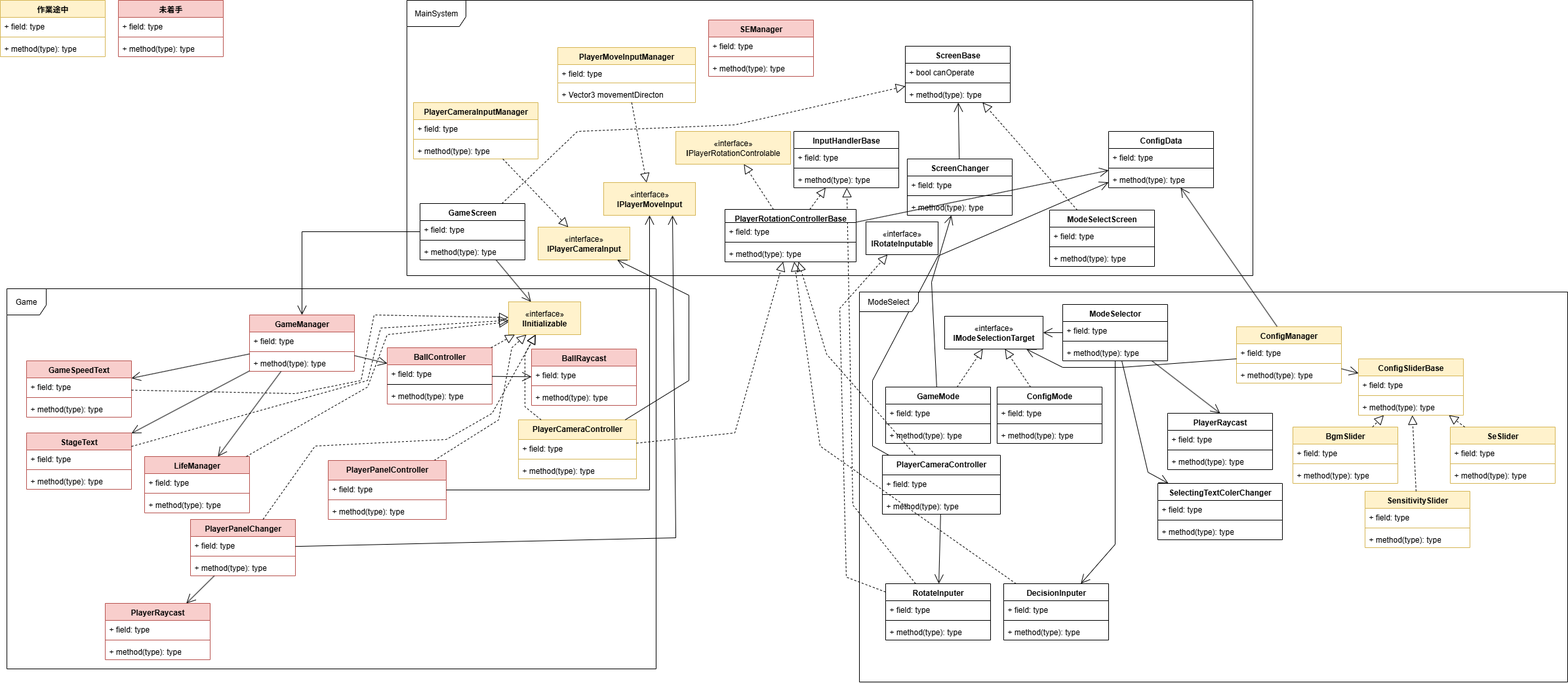
This is BreakOut.drawio.png from UzukiAlto/3DBreakout, a draw.io export, as it was before one commit. Source tidied: cells renumbered, new cells last; positions are measured from the earlier drawing's top-left corner, leaving out a move shared by most shapes.
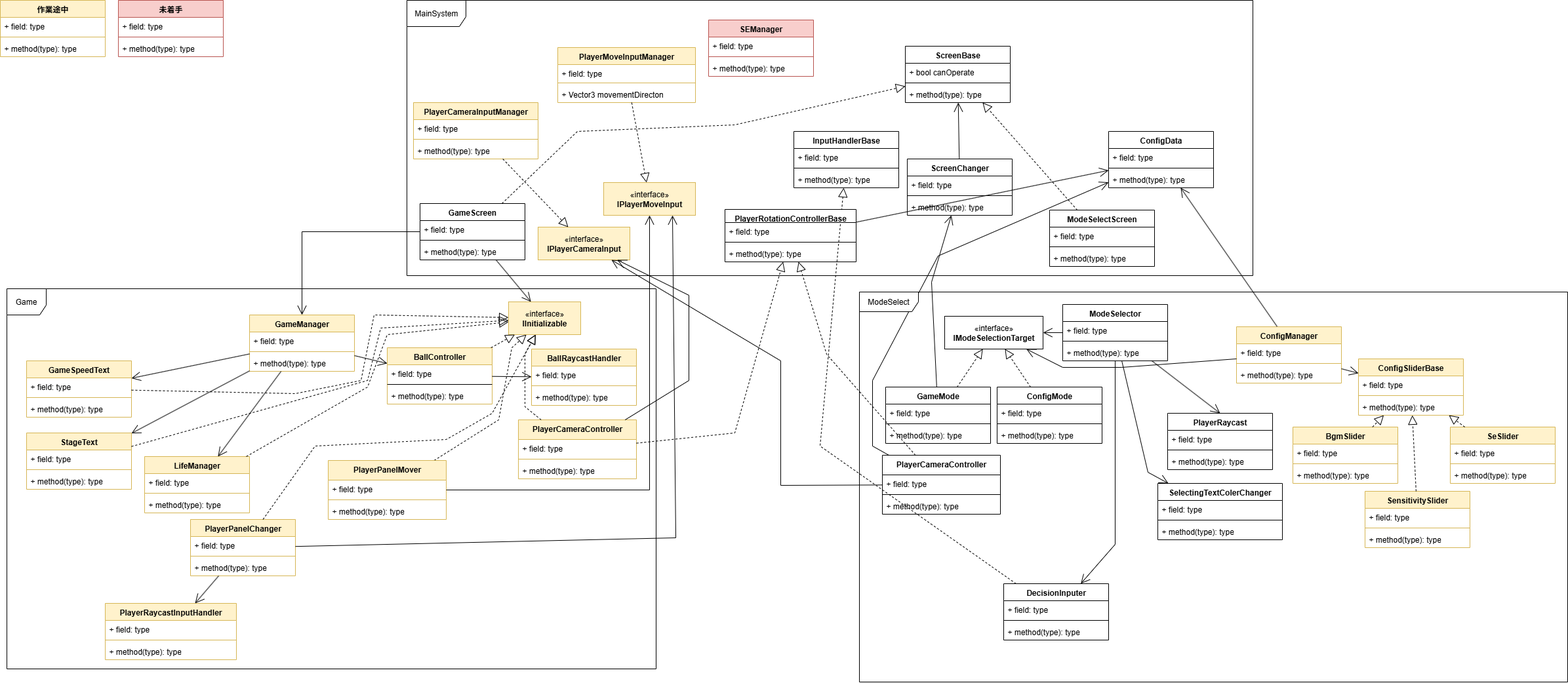
The same diagram one commit later.

The edit, as a diff of the source:
```diff
@@ -34,9 +34,6 @@
     <mxCell id="8" value="ModeSelect" style="shape=umlFrame;whiteSpace=wrap;html=1;width=90;height=30;" parent="1" vertex="1">
       <mxGeometry x="1310" y="445" width="1080" height="595" as="geometry" />
     </mxCell>
-    <mxCell id="9" value="«interface»&lt;br&gt;&lt;b&gt;I&lt;/b&gt;PlayerRotationControlable" style="html=1;whiteSpace=wrap;fillColor=#fff2cc;strokeColor=#d6b656;" parent="1" vertex="1">
-      <mxGeometry x="1030" y="200" width="175" height="50" as="geometry" />
-    </mxCell>
     <mxCell id="10" value="SelectingTextColerChanger&lt;div&gt;&lt;br&gt;&lt;/div&gt;" style="swimlane;fontStyle=1;align=center;verticalAlign=top;horizontal=1;startSize=26;whiteSpace=wrap;html=1;" parent="1" vertex="1">
       <mxGeometry x="1765" y="737" width="190" height="86" as="geometry" />
     </mxCell>
@@ -56,9 +53,6 @@
         </Array>
       </mxGeometry>
     </mxCell>
-    <mxCell id="15" style="endArrow=block;dashed=1;endFill=0;endSize=12;html=1;rounded=0;" parent="1" edge="1" source="193" target="9">
-      <mxGeometry relative="1" as="geometry" />
-    </mxCell>
     <mxCell id="16" value="InputHandlerBase" style="swimlane;fontStyle=1;align=center;verticalAlign=top;horizontal=1;startSize=26;whiteSpace=wrap;html=1;" parent="1" vertex="1">
       <mxGeometry x="1210" y="200" width="160" height="86" as="geometry" />
     </mxCell>
@@ -107,28 +101,6 @@
     <mxCell id="31" value="+ method(type): type" style="text;strokeColor=none;fillColor=none;align=left;verticalAlign=top;spacingLeft=4;spacingRight=4;overflow=hidden;whiteSpace=wrap;html=1;" parent="28" vertex="1">
       <mxGeometry y="60" width="160" height="26" as="geometry" />
     </mxCell>
-    <mxCell id="32" value="RotateInputer" style="swimlane;fontStyle=1;align=center;verticalAlign=top;horizontal=1;startSize=26;whiteSpace=wrap;html=1;" parent="1" vertex="1">
-      <mxGeometry x="1350" y="890" width="160" height="86" as="geometry" />
-    </mxCell>
-    <mxCell id="33" value="+ field: type" style="text;strokeColor=none;fillColor=none;align=left;verticalAlign=top;spacingLeft=4;spacingRight=4;overflow=hidden;whiteSpace=wrap;html=1;" parent="32" vertex="1">
-      <mxGeometry y="26" width="160" height="26" as="geometry" />
-    </mxCell>
-    <mxCell id="34" style="line;strokeWidth=1;fillColor=none;align=left;verticalAlign=middle;spacingTop=-1;spacingLeft=3;spacingRight=3;labelPosition=right;strokeColor=inherit;" parent="32" vertex="1">
-      <mxGeometry y="52" width="160" height="8" as="geometry" />
-    </mxCell>
-    <mxCell id="35" value="+ method(type): type" style="text;strokeColor=none;fillColor=none;align=left;verticalAlign=top;spacingLeft=4;spacingRight=4;overflow=hidden;whiteSpace=wrap;html=1;" parent="32" vertex="1">
-      <mxGeometry y="60" width="160" height="26" as="geometry" />
-    </mxCell>
-    <mxCell id="36" style="endArrow=block;dashed=1;endFill=0;endSize=12;html=1;rounded=0;" parent="1" edge="1" source="32" target="16">
-      <mxGeometry relative="1" as="geometry">
-        <Array as="points">
-          <mxPoint x="1300" y="770" />
-        </Array>
-      </mxGeometry>
-    </mxCell>
-    <mxCell id="37" style="endArrow=open;endFill=1;endSize=12;html=1;rounded=0;" parent="1" edge="1" source="4" target="32">
-      <mxGeometry relative="1" as="geometry" />
-    </mxCell>
     <mxCell id="38" value="PlayerRaycast" style="swimlane;fontStyle=1;align=center;verticalAlign=top;horizontal=1;startSize=26;whiteSpace=wrap;html=1;" parent="1" vertex="1">
       <mxGeometry x="1780" y="630" width="160" height="86" as="geometry" />
     </mxCell>
@@ -156,9 +128,6 @@
     <mxCell id="46" value="+ method(type): type" style="text;strokeColor=none;fillColor=none;align=left;verticalAlign=top;spacingLeft=4;spacingRight=4;overflow=hidden;whiteSpace=wrap;html=1;" parent="43" vertex="1">
       <mxGeometry y="60" width="160" height="26" as="geometry" />
     </mxCell>
-    <mxCell id="47" style="endArrow=block;dashed=1;endFill=0;endSize=12;html=1;rounded=0;" parent="1" edge="1" source="193" target="16">
-      <mxGeometry relative="1" as="geometry" />
-    </mxCell>
     <mxCell id="48" style="endArrow=open;endFill=1;endSize=12;html=1;rounded=0;" parent="1" edge="1" source="28" target="43">
       <mxGeometry relative="1" as="geometry">
         <Array as="points">
@@ -176,7 +145,7 @@
     <mxCell id="50" value="Game" style="shape=umlFrame;whiteSpace=wrap;html=1;width=60;height=40;" parent="1" vertex="1">
       <mxGeometry x="10" y="440" width="990" height="580" as="geometry" />
     </mxCell>
-    <mxCell id="51" value="LifeManager" style="swimlane;fontStyle=1;align=center;verticalAlign=top;horizontal=1;startSize=26;whiteSpace=wrap;html=1;fillColor=#f8cecc;strokeColor=#b85450;" parent="1" vertex="1">
+    <mxCell id="51" value="LifeManager" style="swimlane;fontStyle=1;align=center;verticalAlign=top;horizontal=1;startSize=26;whiteSpace=wrap;html=1;fillColor=#fff2cc;strokeColor=#d6b656;" parent="1" vertex="1">
       <mxGeometry x="220" y="696" width="160" height="86" as="geometry" />
     </mxCell>
     <mxCell id="52" value="+ field: type" style="text;strokeColor=none;fillColor=none;align=left;verticalAlign=top;spacingLeft=4;spacingRight=4;overflow=hidden;whiteSpace=wrap;html=1;" parent="51" vertex="1">
@@ -219,7 +188,7 @@
     <mxCell id="63" value="+ method(type): type" style="text;strokeColor=none;fillColor=none;align=left;verticalAlign=top;spacingLeft=4;spacingRight=4;overflow=hidden;whiteSpace=wrap;html=1;" parent="60" vertex="1">
       <mxGeometry y="60" width="190" height="26" as="geometry" />
     </mxCell>
-    <mxCell id="64" value="BallController" style="swimlane;align=center;verticalAlign=top;horizontal=1;startSize=26;whiteSpace=wrap;html=1;strokeColor=#b85450;fillColor=#f8cecc;" parent="1" vertex="1">
+    <mxCell id="64" value="BallController" style="swimlane;align=center;verticalAlign=top;horizontal=1;startSize=26;whiteSpace=wrap;html=1;strokeColor=#d6b656;fillColor=#fff2cc;" parent="1" vertex="1">
       <mxGeometry x="590" y="530" width="160" height="86" as="geometry" />
     </mxCell>
     <mxCell id="65" value="+ field: type" style="text;strokeColor=none;fillColor=none;align=left;verticalAlign=top;spacingLeft=4;spacingRight=4;overflow=hidden;whiteSpace=wrap;html=1;fontFamily=Helvetica;fontSize=12;fontColor=default;fontStyle=0;horizontal=1;" parent="64" vertex="1">
@@ -231,7 +200,7 @@
     <mxCell id="67" value="+ method(type): type" style="text;strokeColor=none;fillColor=none;align=left;verticalAlign=top;spacingLeft=4;spacingRight=4;overflow=hidden;whiteSpace=wrap;html=1;fontFamily=Helvetica;fontSize=12;fontColor=default;fontStyle=0;horizontal=1;" parent="64" vertex="1">
       <mxGeometry y="60" width="160" height="26" as="geometry" />
     </mxCell>
-    <mxCell id="68" value="BallRaycast" style="swimlane;fontStyle=1;align=center;verticalAlign=top;horizontal=1;startSize=26;whiteSpace=wrap;html=1;fillColor=#f8cecc;strokeColor=#b85450;" parent="1" vertex="1">
+    <mxCell id="68" value="BallRaycastHandler" style="swimlane;fontStyle=1;align=center;verticalAlign=top;horizontal=1;startSize=26;whiteSpace=wrap;html=1;fillColor=#fff2cc;strokeColor=#d6b656;" parent="1" vertex="1">
       <mxGeometry x="810" y="532" width="160" height="86" as="geometry" />
     </mxCell>
     <mxCell id="69" value="+ field: type" style="text;strokeColor=none;fillColor=none;align=left;verticalAlign=top;spacingLeft=4;spacingRight=4;overflow=hidden;whiteSpace=wrap;html=1;" parent="68" vertex="1">
@@ -246,7 +215,7 @@
     <mxCell id="72" style="endArrow=open;endFill=1;endSize=12;html=1;rounded=0;" parent="1" edge="1" source="64" target="68">
       <mxGeometry relative="1" as="geometry" />
     </mxCell>
-    <mxCell id="73" value="GameManager" style="swimlane;fontStyle=1;align=center;verticalAlign=top;horizontal=1;startSize=26;whiteSpace=wrap;html=1;fillColor=#f8cecc;strokeColor=#b85450;" parent="1" vertex="1">
+    <mxCell id="73" value="GameManager" style="swimlane;fontStyle=1;align=center;verticalAlign=top;horizontal=1;startSize=26;whiteSpace=wrap;html=1;fillColor=#fff2cc;strokeColor=#d6b656;" parent="1" vertex="1">
       <mxGeometry x="380" y="480" width="160" height="86" as="geometry" />
     </mxCell>
     <mxCell id="74" value="+ field: type" style="text;strokeColor=none;fillColor=none;align=left;verticalAlign=top;spacingLeft=4;spacingRight=4;overflow=hidden;whiteSpace=wrap;html=1;" parent="73" vertex="1">
@@ -297,7 +266,7 @@
     <mxCell id="86" style="endArrow=open;endFill=1;endSize=12;html=1;rounded=0;" parent="1" edge="1" source="77" target="83">
       <mxGeometry relative="1" as="geometry" />
     </mxCell>
-    <mxCell id="87" value="GameSpeedText" style="swimlane;fontStyle=1;align=center;verticalAlign=top;horizontal=1;startSize=26;whiteSpace=wrap;html=1;fillColor=#f8cecc;strokeColor=#b85450;" parent="1" vertex="1">
+    <mxCell id="87" value="GameSpeedText" style="swimlane;fontStyle=1;align=center;verticalAlign=top;horizontal=1;startSize=26;whiteSpace=wrap;html=1;fillColor=#fff2cc;strokeColor=#d6b656;" parent="1" vertex="1">
       <mxGeometry x="40" y="550" width="160" height="86" as="geometry" />
     </mxCell>
     <mxCell id="88" value="+ field: type" style="text;strokeColor=none;fillColor=none;align=left;verticalAlign=top;spacingLeft=4;spacingRight=4;overflow=hidden;whiteSpace=wrap;html=1;" parent="87" vertex="1">
@@ -318,7 +287,7 @@
         </Array>
       </mxGeometry>
     </mxCell>
-    <mxCell id="92" value="PlayerPanelController" style="swimlane;fontStyle=1;align=center;verticalAlign=top;horizontal=1;startSize=30;whiteSpace=wrap;html=1;fillColor=#f8cecc;strokeColor=#b85450;" parent="1" vertex="1">
+    <mxCell id="92" value="PlayerPanelMover" style="swimlane;fontStyle=1;align=center;verticalAlign=top;horizontal=1;startSize=30;whiteSpace=wrap;html=1;fillColor=#fff2cc;strokeColor=#d6b656;" parent="1" vertex="1">
       <mxGeometry x="500" y="702" width="180" height="90" as="geometry" />
     </mxCell>
     <mxCell id="93" value="+ field: type" style="text;strokeColor=none;fillColor=none;align=left;verticalAlign=top;spacingLeft=4;spacingRight=4;overflow=hidden;whiteSpace=wrap;html=1;" parent="92" vertex="1">
@@ -349,7 +318,7 @@
         </Array>
       </mxGeometry>
     </mxCell>
-    <mxCell id="101" value="StageText" style="swimlane;fontStyle=1;align=center;verticalAlign=top;horizontal=1;startSize=26;whiteSpace=wrap;html=1;fillColor=#f8cecc;strokeColor=#b85450;" parent="1" vertex="1">
+    <mxCell id="101" value="StageText" style="swimlane;fontStyle=1;align=center;verticalAlign=top;horizontal=1;startSize=26;whiteSpace=wrap;html=1;fillColor=#fff2cc;strokeColor=#d6b656;" parent="1" vertex="1">
       <mxGeometry x="40" y="660" width="160" height="86" as="geometry" />
     </mxCell>
     <mxCell id="102" value="+ field: type" style="text;align=left;verticalAlign=top;spacingLeft=4;spacingRight=4;overflow=hidden;whiteSpace=wrap;html=1;" parent="101" vertex="1">
@@ -369,7 +338,7 @@
         </Array>
       </mxGeometry>
     </mxCell>
-    <mxCell id="106" value="PlayerPanelChanger" style="swimlane;fontStyle=1;align=center;verticalAlign=top;horizontal=1;startSize=26;whiteSpace=wrap;html=1;fillColor=#f8cecc;strokeColor=#b85450;" parent="1" vertex="1">
+    <mxCell id="106" value="PlayerPanelChanger" style="swimlane;fontStyle=1;align=center;verticalAlign=top;horizontal=1;startSize=26;whiteSpace=wrap;html=1;fillColor=#fff2cc;strokeColor=#d6b656;" parent="1" vertex="1">
       <mxGeometry x="290" y="792" width="160" height="86" as="geometry" />
     </mxCell>
     <mxCell id="107" value="+ field: type" style="text;strokeColor=none;fillColor=none;align=left;verticalAlign=top;spacingLeft=4;spacingRight=4;overflow=hidden;whiteSpace=wrap;html=1;" parent="106" vertex="1">
@@ -388,17 +357,17 @@
         </Array>
       </mxGeometry>
     </mxCell>
-    <mxCell id="111" value="PlayerRaycast" style="swimlane;fontStyle=1;align=center;verticalAlign=top;horizontal=1;startSize=26;whiteSpace=wrap;html=1;fillColor=#f8cecc;strokeColor=#b85450;" parent="1" vertex="1">
-      <mxGeometry x="160" y="920" width="160" height="86" as="geometry" />
+    <mxCell id="111" value="PlayerRaycastInputHandler" style="swimlane;fontStyle=1;align=center;verticalAlign=top;horizontal=1;startSize=26;whiteSpace=wrap;html=1;fillColor=#fff2cc;strokeColor=#d6b656;" parent="1" vertex="1">
+      <mxGeometry x="160" y="920" width="200" height="86" as="geometry" />
     </mxCell>
     <mxCell id="112" value="+ field: type" style="text;strokeColor=none;fillColor=none;align=left;verticalAlign=top;spacingLeft=4;spacingRight=4;overflow=hidden;whiteSpace=wrap;html=1;" parent="111" vertex="1">
-      <mxGeometry y="26" width="160" height="26" as="geometry" />
+      <mxGeometry y="26" width="200" height="26" as="geometry" />
     </mxCell>
     <mxCell id="113" style="line;strokeWidth=1;fillColor=none;align=left;verticalAlign=middle;spacingTop=-1;spacingLeft=3;spacingRight=3;labelPosition=right;strokeColor=inherit;" parent="111" vertex="1">
-      <mxGeometry y="52" width="160" height="8" as="geometry" />
+      <mxGeometry y="52" width="200" height="8" as="geometry" />
     </mxCell>
     <mxCell id="114" value="+ method(type): type" style="text;strokeColor=none;fillColor=none;align=left;verticalAlign=top;spacingLeft=4;spacingRight=4;overflow=hidden;whiteSpace=wrap;html=1;" parent="111" vertex="1">
-      <mxGeometry y="60" width="160" height="26" as="geometry" />
+      <mxGeometry y="60" width="200" height="26" as="geometry" />
     </mxCell>
     <mxCell id="115" style="endArrow=open;endFill=1;endSize=12;html=1;rounded=0;" parent="1" edge="1" source="106" target="111">
       <mxGeometry relative="1" as="geometry" />
@@ -608,17 +577,6 @@
         </Array>
       </mxGeometry>
     </mxCell>
-    <mxCell id="176" value="«interface»&lt;br&gt;&lt;b&gt;IRotateInputable&lt;/b&gt;" style="html=1;whiteSpace=wrap;" parent="1" vertex="1">
-      <mxGeometry x="1320" y="338" width="110" height="50" as="geometry" />
-    </mxCell>
-    <mxCell id="177" style="endArrow=block;dashed=1;endFill=0;endSize=12;html=1;rounded=0;" parent="1" edge="1" source="32" target="176">
-      <mxGeometry relative="1" as="geometry">
-        <Array as="points">
-          <mxPoint x="1290" y="880" />
-          <mxPoint x="1280" y="470" />
-        </Array>
-      </mxGeometry>
-    </mxCell>
     <mxCell id="178" value="未着手" style="swimlane;fontStyle=1;align=center;verticalAlign=top;horizontal=1;startSize=26;whiteSpace=wrap;html=1;fillColor=#f8cecc;strokeColor=#b85450;" parent="1" vertex="1">
       <mxGeometry x="180" width="160" height="86" as="geometry" />
     </mxCell>
@@ -666,7 +624,7 @@
     <mxCell id="191" style="endArrow=open;endFill=1;endSize=12;html=1;rounded=0;" parent="1" edge="1" source="193" target="164">
       <mxGeometry relative="1" as="geometry" />
     </mxCell>
-    <mxCell id="192" style="endArrow=block;dashed=1;endFill=0;endSize=12;html=1;rounded=0;" parent="1" edge="1" source="43" target="193">
+    <mxCell id="192" style="endArrow=block;dashed=1;endFill=0;endSize=12;html=1;rounded=0;" parent="1" edge="1" source="43" target="16">
       <mxGeometry relative="1" as="geometry">
         <Array as="points">
           <mxPoint x="1250" y="680" />
@@ -685,5 +643,13 @@
     <mxCell id="196" value="+ method(type): type" style="text;strokeColor=none;fillColor=none;align=left;verticalAlign=top;spacingLeft=4;spacingRight=4;overflow=hidden;whiteSpace=wrap;html=1;" parent="193" vertex="1">
       <mxGeometry y="54" width="200" height="26" as="geometry" />
     </mxCell>
+    <mxCell id="197" style="endArrow=open;endFill=1;endSize=12;html=1;rounded=0;" parent="1" edge="1" source="4" target="186">
+      <mxGeometry relative="1" as="geometry">
+        <Array as="points">
+          <mxPoint x="1190" y="740" />
+          <mxPoint x="1190" y="550" />
+        </Array>
+      </mxGeometry>
+    </mxCell>
   </root>
 </mxGraphModel>
```
